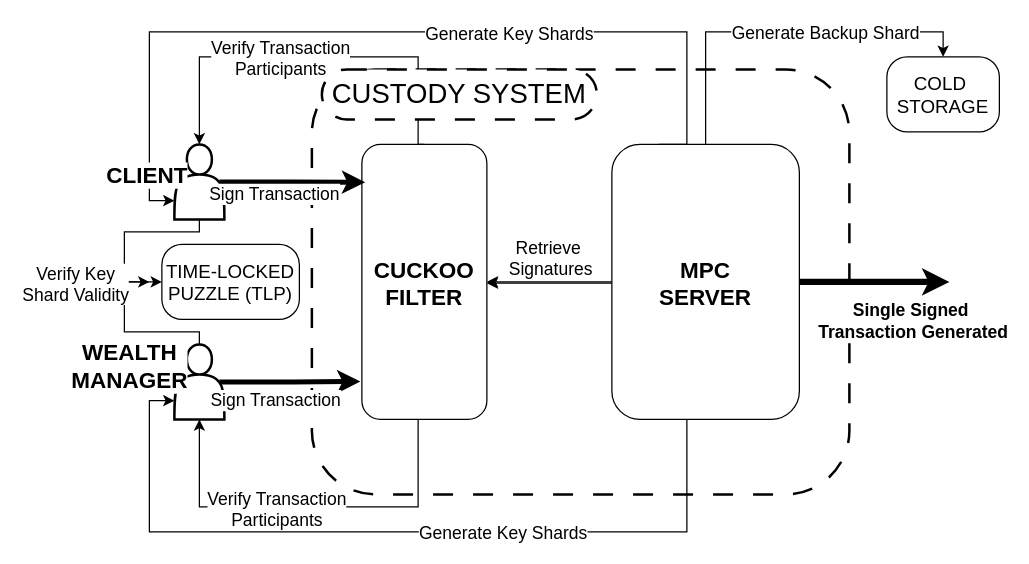
Earlier version of the draw.io diagram page "Page-3" (2 of 3) of drawio-diagrams/architecture_mpc.drawio.xml (dlt-science/crypto-mpc-wallet-bloom). Source tidied: cells renumbered, new cells numbered last; positions are measured from the earlier drawing's top-left corner, leaving out a move shared by most shapes. Both pictures are drawn from the tidied source at 125%, with x=0, y=0 at pixel (54, 31).
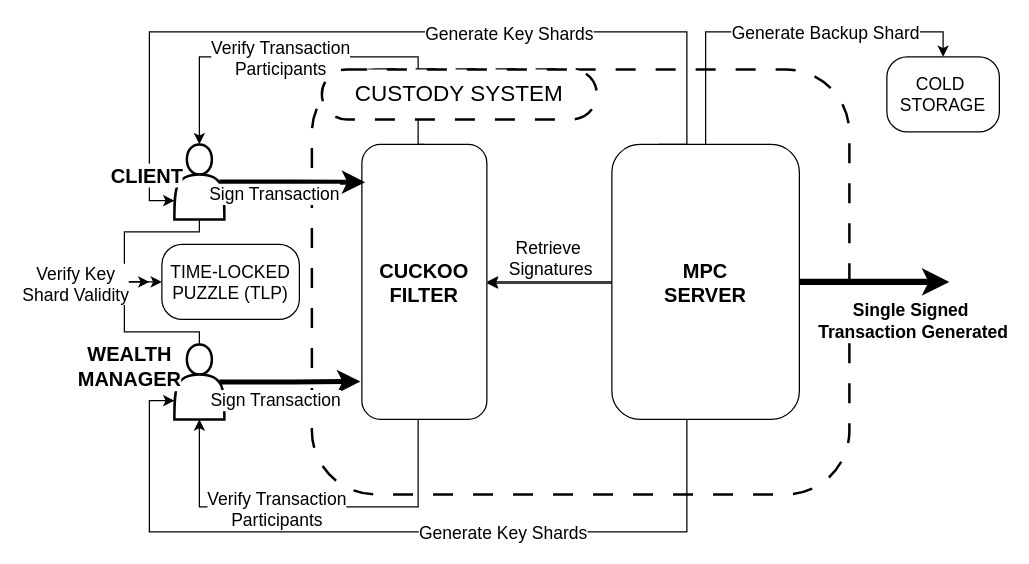
Above is the later version.

Change to the diagram source:
```diff
@@
-    <mxCell id="12" value="CUCKOO&#10;FILTER" style="rounded=1;align=center;verticalAlign=middle;dashed=0;absoluteArcSize=0;fontSize=18;fontStyle=1;strokeWidth=1;" parent="1" vertex="1">
+    <mxCell id="12" value="CUCKOO&#10;FILTER" style="rounded=1;align=center;verticalAlign=middle;dashed=0;absoluteArcSize=0;fontSize=16;fontStyle=1;strokeWidth=1;" parent="1" vertex="1">
       <mxGeometry x="246" y="90" width="100" height="220" as="geometry" />
     </mxCell>
@@
-    <mxCell id="25" value="MPC&#10;SERVER" style="rounded=1;align=center;verticalAlign=middle;dashed=0;fontSize=18;fontStyle=1;strokeWidth=1;" parent="1" vertex="1">
+    <mxCell id="25" value="MPC&#10;SERVER" style="rounded=1;align=center;verticalAlign=middle;dashed=0;fontSize=16;fontStyle=1;strokeWidth=1;" parent="1" vertex="1">
       <mxGeometry x="446" y="90" width="150" height="220" as="geometry" />
     </mxCell>
-    <mxCell id="26" value="&lt;font style=&quot;font-size: 18px;&quot;&gt;&lt;b&gt;CLIENT&lt;/b&gt;&lt;/font&gt;" style="text;html=1;align=center;verticalAlign=middle;strokeColor=none;fillColor=none;labelBackgroundColor=default;" parent="1" vertex="1">
-      <mxGeometry x="29" y="95" width="90" height="40" as="geometry" />
+    <mxCell id="26" value="&lt;font size=&quot;1&quot;&gt;&lt;b style=&quot;font-size: 16px;&quot;&gt;CLIENT&lt;/b&gt;&lt;/font&gt;" style="text;html=1;align=center;verticalAlign=middle;strokeColor=none;fillColor=none;labelBackgroundColor=default;" parent="1" vertex="1">
+      <mxGeometry x="34" y="100" width="80" height="30" as="geometry" />
     </mxCell>
-    <mxCell id="27" value="&lt;font style=&quot;font-size: 18px;&quot;&gt;&lt;b&gt;WEALTH&lt;br&gt;MANAGER&lt;/b&gt;&lt;/font&gt;" style="text;html=1;align=center;verticalAlign=middle;strokeColor=none;fillColor=none;labelBackgroundColor=default;" parent="1" vertex="1">
-      <mxGeometry y="238" width="120" height="60" as="geometry" />
+    <mxCell id="27" value="&lt;font style=&quot;font-size: 16px;&quot;&gt;&lt;b&gt;WEALTH&lt;br&gt;MANAGER&lt;/b&gt;&lt;/font&gt;" style="text;html=1;align=center;verticalAlign=middle;strokeColor=none;fillColor=none;labelBackgroundColor=default;" parent="1" vertex="1">
+      <mxGeometry x="5" y="243" width="110" height="50" as="geometry" />
     </mxCell>
-    <mxCell id="28" value="&lt;font style=&quot;font-size: 15px;&quot;&gt;TIME-LOCKED&lt;br style=&quot;border-color: var(--border-color);&quot;&gt;&lt;span style=&quot;&quot;&gt;PUZZLE (TLP)&lt;/span&gt;&lt;/font&gt;" style="rounded=1;whiteSpace=wrap;html=1;arcSize=27;" parent="1" vertex="1">
+    <mxCell id="28" value="&lt;font style=&quot;font-size: 14px;&quot;&gt;TIME-LOCKED&lt;br style=&quot;border-color: var(--border-color);&quot;&gt;&lt;span style=&quot;&quot;&gt;PUZZLE (TLP)&lt;/span&gt;&lt;/font&gt;" style="rounded=1;whiteSpace=wrap;html=1;arcSize=27;" parent="1" vertex="1">
       <mxGeometry x="86" y="170" width="110" height="60" as="geometry" />
     </mxCell>
-    <mxCell id="29" value="&lt;font style=&quot;font-size: 15px;&quot;&gt;COLD&amp;nbsp;&lt;br&gt;STORAGE&lt;/font&gt;" style="rounded=1;whiteSpace=wrap;html=1;arcSize=27;" parent="1" vertex="1">
+    <mxCell id="29" value="&lt;font style=&quot;font-size: 14px;&quot;&gt;COLD&amp;nbsp;&lt;br&gt;STORAGE&lt;/font&gt;" style="rounded=1;whiteSpace=wrap;html=1;arcSize=27;" parent="1" vertex="1">
       <mxGeometry x="666" y="20" width="90" height="60" as="geometry" />
     </mxCell>
@@
-    <mxCell id="32" value="&lt;font style=&quot;font-size: 22px;&quot;&gt;CUSTODY SYSTEM&lt;/font&gt;" style="rounded=1;whiteSpace=wrap;html=1;arcSize=50;dashed=1;dashPattern=8 8;strokeWidth=2;" parent="1" vertex="1">
+    <mxCell id="32" value="&lt;font style=&quot;font-size: 18px;&quot;&gt;CUSTODY SYSTEM&lt;/font&gt;" style="rounded=1;whiteSpace=wrap;html=1;arcSize=50;dashed=1;dashPattern=8 8;strokeWidth=2;" parent="1" vertex="1">
       <mxGeometry x="214" y="30" width="220" height="40" as="geometry" />
     </mxCell>
```
